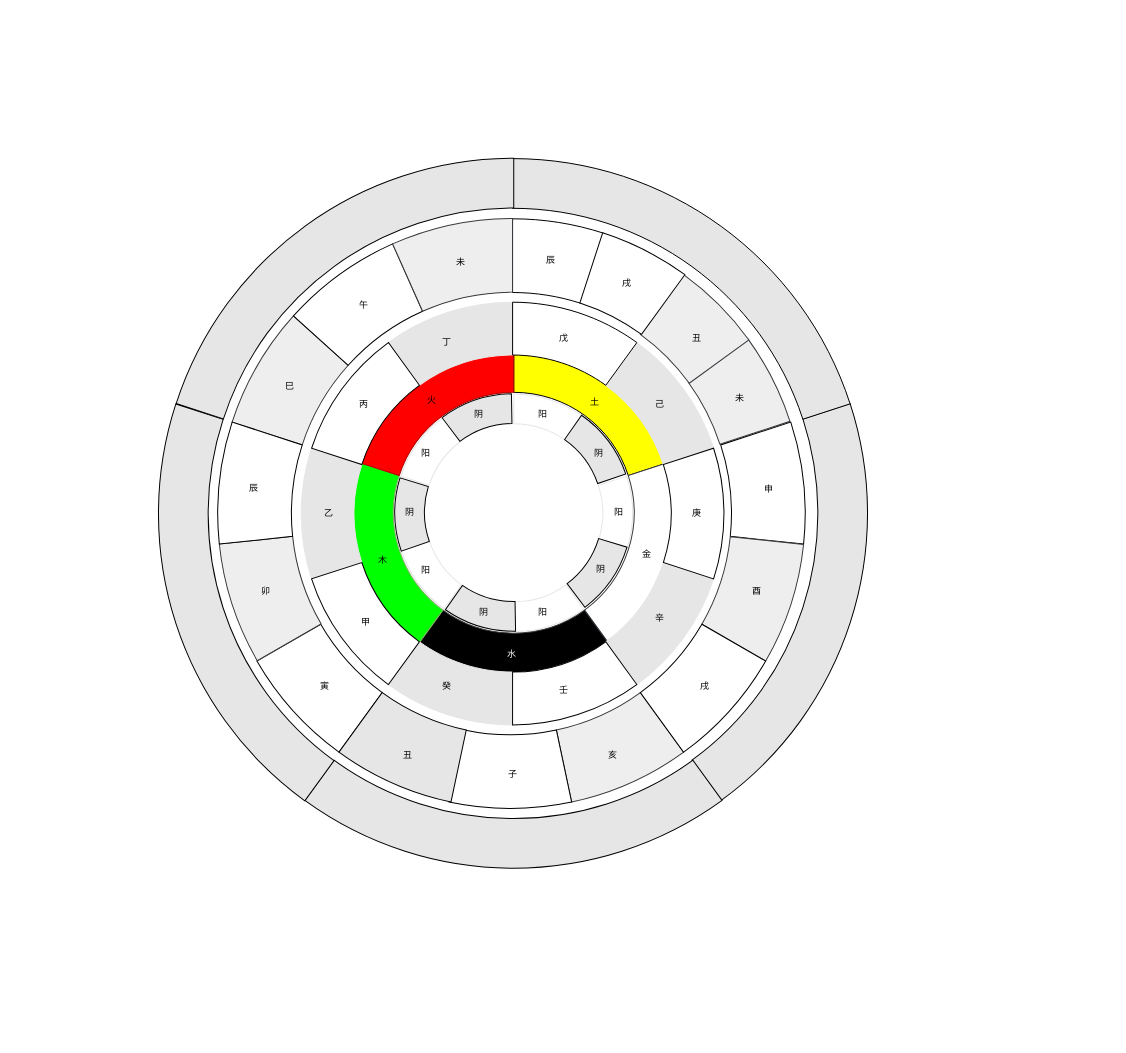
wxfls/draw.io keeps this draw.io diagram as page "Page-2" (2 of 2) of 中国古代命理学.drawio. Above is the earlier version. Source tidied: cells renumbered, new cells numbered last; positions are measured from the earlier drawing's top-left corner, leaving out a move shared by most shapes. Both pictures are drawn from the tidied source at 100%, with x=0, y=0 at pixel (157, 158).
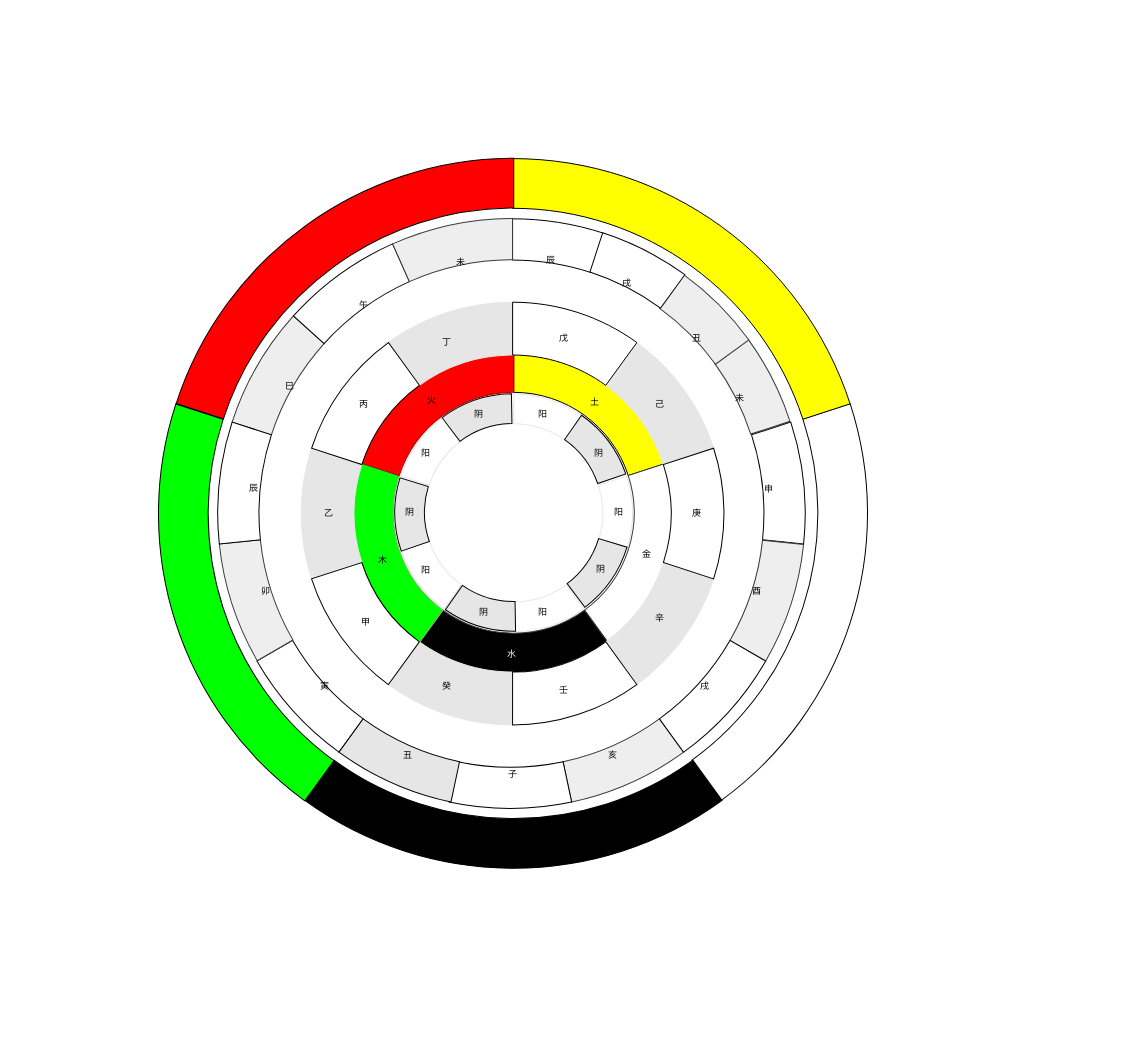
Above is the later version.

Commit message (it also covers changes not shown here):
Update 中国古代命理学.drawio

Unchanged cells that the change refers to:
```xml
<mxCell id="9" style="group;direction=east;rotation=35;" parent="3" vertex="1">
  <mxGeometry width="477.4" height="472.8" as="geometry" />
</mxCell>
<mxCell id="21" style="group;" parent="2" vertex="1">
  <mxGeometry width="818.6" height="629" as="geometry" />
</mxCell>
<mxCell id="38" style="group;rotation=120;" parent="21" vertex="1">
  <mxGeometry x="-72.1" y="-70.1" width="676.5" height="699.1" as="geometry" />
</mxCell>
<mxCell id="44" style="group;direction=east;rotation=72;" parent="38" vertex="1">
  <mxGeometry width="676.5" height="699.1" as="geometry" />
</mxCell>
```

Diff of the diagram source:
```diff
@@
-    <mxCell id="17" style="verticalLabelPosition=bottom;verticalAlign=top;html=1;shape=mxgraph.basic.partConcEllipse;startAngle=0.0;endAngle=0.05;arcWidth=0.25;comic=0;fontSize=9;strokeColor=#36393d;fillColor=#eeeeee;rotation=54;" parent="9" vertex="1">
+    <mxCell id="17" style="verticalLabelPosition=bottom;verticalAlign=top;html=1;shape=mxgraph.basic.partConcEllipse;startAngle=0.0;endAngle=0.05;arcWidth=0.14;comic=0;fontSize=9;strokeColor=#36393d;fillColor=#eeeeee;rotation=54;" parent="9" vertex="1">
       <mxGeometry x="-133.3" y="-129.4" width="589.7" height="589.7" as="geometry" />
     </mxCell>
@@
-    <mxCell id="58" style="verticalLabelPosition=bottom;verticalAlign=top;html=1;shape=mxgraph.basic.partConcEllipse;startAngle=0.0;endAngle=0.05;arcWidth=0.25;comic=0;fontSize=9;fontColor=#FFFFFF;strokeColor=#000000;fillColor=#FFFFFF;" parent="44" vertex="1">
+    <mxCell id="58" style="verticalLabelPosition=bottom;verticalAlign=top;html=1;shape=mxgraph.basic.partConcEllipse;startAngle=0.0;endAngle=0.05;arcWidth=0.14;comic=0;fontSize=9;fontColor=#FFFFFF;strokeColor=#000000;fillColor=#FFFFFF;" parent="44" vertex="1">
       <mxGeometry x="0.3" y="0.4" width="589.7" height="589.7" as="geometry" />
     </mxCell>
-    <mxCell id="59" style="verticalLabelPosition=bottom;verticalAlign=top;html=1;shape=mxgraph.basic.partConcEllipse;startAngle=0.0;endAngle=0.06666667;arcWidth=0.25;comic=0;fontSize=9;fontColor=#FFFFFF;strokeColor=#000000;fillColor=#FFFFFF;rotation=72;" parent="44" vertex="1">
+    <mxCell id="59" style="verticalLabelPosition=bottom;verticalAlign=top;html=1;shape=mxgraph.basic.partConcEllipse;startAngle=0.0;endAngle=0.06666667;arcWidth=0.14;comic=0;fontSize=9;fontColor=#FFFFFF;strokeColor=#000000;fillColor=#FFFFFF;rotation=72;" parent="44" vertex="1">
       <mxGeometry x="-1.9" width="589.7" height="589.7" as="geometry" />
     </mxCell>
-    <mxCell id="60" style="verticalLabelPosition=bottom;verticalAlign=top;html=1;shape=mxgraph.basic.partConcEllipse;startAngle=0.0;endAngle=0.06666667;arcWidth=0.25;comic=0;fontSize=9;strokeColor=#36393d;fillColor=#eeeeee;rotation=144;" parent="44" vertex="1">
+    <mxCell id="60" style="verticalLabelPosition=bottom;verticalAlign=top;html=1;shape=mxgraph.basic.partConcEllipse;startAngle=0.0;endAngle=0.06666667;arcWidth=0.14;comic=0;fontSize=9;strokeColor=#36393d;fillColor=#eeeeee;rotation=144;" parent="44" vertex="1">
       <mxGeometry x="-1.9" y="0.4" width="589.7" height="589.7" as="geometry" />
     </mxCell>
-    <mxCell id="61" style="verticalLabelPosition=bottom;verticalAlign=top;html=1;shape=mxgraph.basic.partConcEllipse;startAngle=0.0;endAngle=0.06666667;arcWidth=0.25;comic=0;fontSize=9;fontColor=#FFFFFF;strokeColor=#000000;fillColor=#FFFFFF;rotation=216;" parent="44" vertex="1">
+    <mxCell id="61" style="verticalLabelPosition=bottom;verticalAlign=top;html=1;shape=mxgraph.basic.partConcEllipse;startAngle=0.0;endAngle=0.06666667;arcWidth=0.14;comic=0;fontSize=9;fontColor=#FFFFFF;strokeColor=#000000;fillColor=#FFFFFF;rotation=216;" parent="44" vertex="1">
       <mxGeometry y="0.4" width="589.7" height="589.7" as="geometry" />
     </mxCell>
-    <mxCell id="62" style="verticalLabelPosition=bottom;verticalAlign=top;html=1;shape=mxgraph.basic.partConcEllipse;startAngle=0.0;endAngle=0.06666667;arcWidth=0.25;comic=0;fontSize=9;strokeColor=#36393d;fillColor=#eeeeee;rotation=288;" parent="44" vertex="1">
+    <mxCell id="62" style="verticalLabelPosition=bottom;verticalAlign=top;html=1;shape=mxgraph.basic.partConcEllipse;startAngle=0.0;endAngle=0.06666667;arcWidth=0.14;comic=0;fontSize=9;strokeColor=#36393d;fillColor=#eeeeee;rotation=288;" parent="44" vertex="1">
       <mxGeometry x="0.3" width="589.7" height="589.7" as="geometry" />
     </mxCell>
-    <mxCell id="63" style="verticalLabelPosition=bottom;verticalAlign=top;html=1;shape=mxgraph.basic.partConcEllipse;startAngle=0.0;endAngle=0.05;arcWidth=0.25;comic=0;fontSize=9;strokeColor=#36393d;fillColor=#eeeeee;rotation=36;" parent="44" vertex="1">
+    <mxCell id="63" style="verticalLabelPosition=bottom;verticalAlign=top;html=1;shape=mxgraph.basic.partConcEllipse;startAngle=0.0;endAngle=0.05;arcWidth=0.14;comic=0;fontSize=9;strokeColor=#36393d;fillColor=#eeeeee;rotation=36;" parent="44" vertex="1">
       <mxGeometry x="-1.9" width="589.7" height="589.7" as="geometry" />
     </mxCell>
-    <mxCell id="64" style="verticalLabelPosition=bottom;verticalAlign=top;html=1;shape=mxgraph.basic.partConcEllipse;startAngle=0.0;endAngle=0.06666667;arcWidth=0.25;comic=0;fontSize=9;strokeColor=#36393d;fillColor=#eeeeee;rotation=96;" parent="44" vertex="1">
+    <mxCell id="64" style="verticalLabelPosition=bottom;verticalAlign=top;html=1;shape=mxgraph.basic.partConcEllipse;startAngle=0.0;endAngle=0.06666667;arcWidth=0.14;comic=0;fontSize=9;strokeColor=#36393d;fillColor=#eeeeee;rotation=96;" parent="44" vertex="1">
       <mxGeometry x="-1.9" y="0.4" width="589.7" height="589.7" as="geometry" />
     </mxCell>
-    <mxCell id="65" style="verticalLabelPosition=bottom;verticalAlign=top;html=1;shape=mxgraph.basic.partConcEllipse;startAngle=0.0;endAngle=0.06666667;arcWidth=0.25;comic=0;fontSize=9;fontColor=#FFFFFF;strokeColor=#000000;fillColor=#FFFFFF;rotation=120;" parent="44" vertex="1">
+    <mxCell id="65" style="verticalLabelPosition=bottom;verticalAlign=top;html=1;shape=mxgraph.basic.partConcEllipse;startAngle=0.0;endAngle=0.06666667;arcWidth=0.14;comic=0;fontSize=9;fontColor=#FFFFFF;strokeColor=#000000;fillColor=#FFFFFF;rotation=120;" parent="44" vertex="1">
       <mxGeometry x="-1.9" y="0.4" width="589.7" height="589.7" as="geometry" />
     </mxCell>
-    <mxCell id="66" style="verticalLabelPosition=bottom;verticalAlign=top;html=1;shape=mxgraph.basic.partConcEllipse;startAngle=0.0;endAngle=0.06666667;arcWidth=0.25;comic=0;fontSize=9;fontColor=#FFFFFF;strokeColor=#000000;fillColor=#FFFFFF;rotation=168;" parent="44" vertex="1">
+    <mxCell id="66" style="verticalLabelPosition=bottom;verticalAlign=top;html=1;shape=mxgraph.basic.partConcEllipse;startAngle=0.0;endAngle=0.06666667;arcWidth=0.14;comic=0;fontSize=9;fontColor=#FFFFFF;strokeColor=#000000;fillColor=#FFFFFF;rotation=168;" parent="44" vertex="1">
       <mxGeometry x="-1.9" y="0.4" width="589.7" height="589.7" as="geometry" />
     </mxCell>
-    <mxCell id="67" style="verticalLabelPosition=bottom;verticalAlign=top;html=1;shape=mxgraph.basic.partConcEllipse;startAngle=0.0;endAngle=0.06666667;arcWidth=0.25;comic=0;fontSize=9;fontColor=#FFFFFF;strokeColor=#000000;fillColor=#E6E6E6;rotation=192;" parent="44" vertex="1">
+    <mxCell id="67" style="verticalLabelPosition=bottom;verticalAlign=top;html=1;shape=mxgraph.basic.partConcEllipse;startAngle=0.0;endAngle=0.06666667;arcWidth=0.14;comic=0;fontSize=9;fontColor=#FFFFFF;strokeColor=#000000;fillColor=#E6E6E6;rotation=192;" parent="44" vertex="1">
       <mxGeometry y="0.4" width="589.7" height="589.7" as="geometry" />
     </mxCell>
-    <mxCell id="68" style="verticalLabelPosition=bottom;verticalAlign=top;html=1;shape=mxgraph.basic.partConcEllipse;startAngle=0.0;endAngle=0.06666667;arcWidth=0.25;comic=0;fontSize=9;strokeColor=#36393d;fillColor=#eeeeee;rotation=240;" parent="44" vertex="1">
+    <mxCell id="68" style="verticalLabelPosition=bottom;verticalAlign=top;html=1;shape=mxgraph.basic.partConcEllipse;startAngle=0.0;endAngle=0.06666667;arcWidth=0.14;comic=0;fontSize=9;strokeColor=#36393d;fillColor=#eeeeee;rotation=240;" parent="44" vertex="1">
       <mxGeometry x="0.3" width="589.7" height="589.7" as="geometry" />
     </mxCell>
-    <mxCell id="69" style="verticalLabelPosition=bottom;verticalAlign=top;html=1;shape=mxgraph.basic.partConcEllipse;startAngle=0.0;endAngle=0.06666667;arcWidth=0.25;comic=0;fontSize=9;fontColor=#FFFFFF;strokeColor=#000000;fillColor=#FFFFFF;rotation=264;" parent="44" vertex="1">
+    <mxCell id="69" style="verticalLabelPosition=bottom;verticalAlign=top;html=1;shape=mxgraph.basic.partConcEllipse;startAngle=0.0;endAngle=0.06666667;arcWidth=0.14;comic=0;fontSize=9;fontColor=#FFFFFF;strokeColor=#000000;fillColor=#FFFFFF;rotation=264;" parent="44" vertex="1">
       <mxGeometry x="0.3" width="589.7" height="589.7" as="geometry" />
     </mxCell>
-    <mxCell id="70" style="verticalLabelPosition=bottom;verticalAlign=top;html=1;shape=mxgraph.basic.partConcEllipse;startAngle=0.0;endAngle=0.06666667;arcWidth=0.25;comic=0;fontSize=9;fontColor=#FFFFFF;strokeColor=#000000;fillColor=#FFFFFF;rotation=312;" parent="44" vertex="1">
+    <mxCell id="70" style="verticalLabelPosition=bottom;verticalAlign=top;html=1;shape=mxgraph.basic.partConcEllipse;startAngle=0.0;endAngle=0.06666667;arcWidth=0.14;comic=0;fontSize=9;fontColor=#FFFFFF;strokeColor=#000000;fillColor=#FFFFFF;rotation=312;" parent="44" vertex="1">
       <mxGeometry x="0.3" width="589.7" height="589.7" as="geometry" />
     </mxCell>
-    <mxCell id="71" style="verticalLabelPosition=bottom;verticalAlign=top;html=1;shape=mxgraph.basic.partConcEllipse;startAngle=0.0;endAngle=0.06666667;arcWidth=0.25;comic=0;fontSize=9;strokeColor=#36393d;fillColor=#eeeeee;rotation=336;" parent="44" vertex="1">
+    <mxCell id="71" style="verticalLabelPosition=bottom;verticalAlign=top;html=1;shape=mxgraph.basic.partConcEllipse;startAngle=0.0;endAngle=0.06666667;arcWidth=0.14;comic=0;fontSize=9;strokeColor=#36393d;fillColor=#eeeeee;rotation=336;" parent="44" vertex="1">
       <mxGeometry x="0.3" width="589.7" height="589.7" as="geometry" />
     </mxCell>
@@
-    <mxCell id="84" style="verticalLabelPosition=bottom;verticalAlign=top;html=1;shape=mxgraph.basic.partConcEllipse;startAngle=0.0;endAngle=0.2;arcWidth=0.14;comic=0;fontSize=9;fontColor=#FFFFFF;strokeColor=#000000;fillColor=#E6E6E6;rotation=72;" parent="44" vertex="1">
+    <mxCell id="84" style="verticalLabelPosition=bottom;verticalAlign=top;html=1;shape=mxgraph.basic.partConcEllipse;startAngle=0.0;endAngle=0.2;arcWidth=0.14;comic=0;fontSize=9;fontColor=#FFFFFF;strokeColor=#000000;fillColor=#FFFFFF;rotation=72;" parent="44" vertex="1">
       <mxGeometry x="-59.8" y="-60.1" width="709.9" height="709.9" as="geometry" />
     </mxCell>
-    <mxCell id="85" style="verticalLabelPosition=bottom;verticalAlign=top;html=1;shape=mxgraph.basic.partConcEllipse;startAngle=0.0;endAngle=0.2;arcWidth=0.14;comic=0;fontSize=9;fontColor=#FFFFFF;strokeColor=#000000;fillColor=#E6E6E6;rotation=144;" parent="44" vertex="1">
+    <mxCell id="85" style="verticalLabelPosition=bottom;verticalAlign=top;html=1;shape=mxgraph.basic.partConcEllipse;startAngle=0.0;endAngle=0.2;arcWidth=0.14;comic=0;fontSize=9;fontColor=#FFFFFF;strokeColor=#000000;fillColor=#000000;rotation=144;" parent="44" vertex="1">
       <mxGeometry x="-58.9" y="-60.1" width="709.9" height="709.9" as="geometry" />
     </mxCell>
-    <mxCell id="86" style="verticalLabelPosition=bottom;verticalAlign=top;html=1;shape=mxgraph.basic.partConcEllipse;startAngle=0.0;endAngle=0.2;arcWidth=0.14;comic=0;fontSize=9;fontColor=#FFFFFF;strokeColor=#000000;fillColor=#E6E6E6;rotation=216;" parent="44" vertex="1">
+    <mxCell id="86" style="verticalLabelPosition=bottom;verticalAlign=top;html=1;shape=mxgraph.basic.partConcEllipse;startAngle=0.0;endAngle=0.2;arcWidth=0.14;comic=0;fontSize=9;fontColor=#FFFFFF;strokeColor=#000000;fillColor=#00FF00;rotation=216;" parent="44" vertex="1">
       <mxGeometry x="-58.9" y="-59.7" width="709.9" height="709.9" as="geometry" />
     </mxCell>
@@
-    <mxCell id="89" style="verticalLabelPosition=bottom;verticalAlign=top;html=1;shape=mxgraph.basic.partConcEllipse;startAngle=0.0;endAngle=0.2;arcWidth=0.14;comic=0;fontSize=9;fontColor=#FFFFFF;strokeColor=#000000;fillColor=#E6E6E6;" parent="38" vertex="1">
+    <mxCell id="89" style="verticalLabelPosition=bottom;verticalAlign=top;html=1;shape=mxgraph.basic.partConcEllipse;startAngle=0.0;endAngle=0.2;arcWidth=0.14;comic=0;fontSize=9;fontColor=#FFFFFF;strokeColor=#000000;fillColor=#FFFF00;" parent="38" vertex="1">
       <mxGeometry x="-59.8" y="-59.8" width="709.9" height="709.9" as="geometry" />
     </mxCell>
-    <mxCell id="90" style="verticalLabelPosition=bottom;verticalAlign=top;html=1;shape=mxgraph.basic.partConcEllipse;startAngle=0.0;endAngle=0.05;arcWidth=0.25;comic=0;fontSize=9;fontColor=#FFFFFF;strokeColor=#000000;fillColor=#FFFFFF;rotation=18;" parent="21" vertex="1">
+    <mxCell id="90" style="verticalLabelPosition=bottom;verticalAlign=top;html=1;shape=mxgraph.basic.partConcEllipse;startAngle=0.0;endAngle=0.05;arcWidth=0.14;comic=0;fontSize=9;fontColor=#FFFFFF;strokeColor=#000000;fillColor=#FFFFFF;rotation=18;" parent="21" vertex="1">
       <mxGeometry x="-72.8" y="-70.1" width="589.7" height="589.7" as="geometry" />
     </mxCell>
@@
-    <mxCell id="94" style="verticalLabelPosition=bottom;verticalAlign=top;html=1;shape=mxgraph.basic.partConcEllipse;startAngle=0.0;endAngle=0.2;arcWidth=0.14;comic=0;fontSize=9;fontColor=#FFFFFF;strokeColor=#000000;fillColor=#E6E6E6;rotation=288;" parent="21" vertex="1">
+    <mxCell id="94" style="verticalLabelPosition=bottom;verticalAlign=top;html=1;shape=mxgraph.basic.partConcEllipse;startAngle=0.0;endAngle=0.2;arcWidth=0.14;comic=0;fontSize=9;fontColor=#FFFFFF;strokeColor=#000000;fillColor=#FF0000;rotation=288;" parent="21" vertex="1">
       <mxGeometry x="-130.7" y="-130.2" width="709.9" height="709.9" as="geometry" />
     </mxCell>
```
